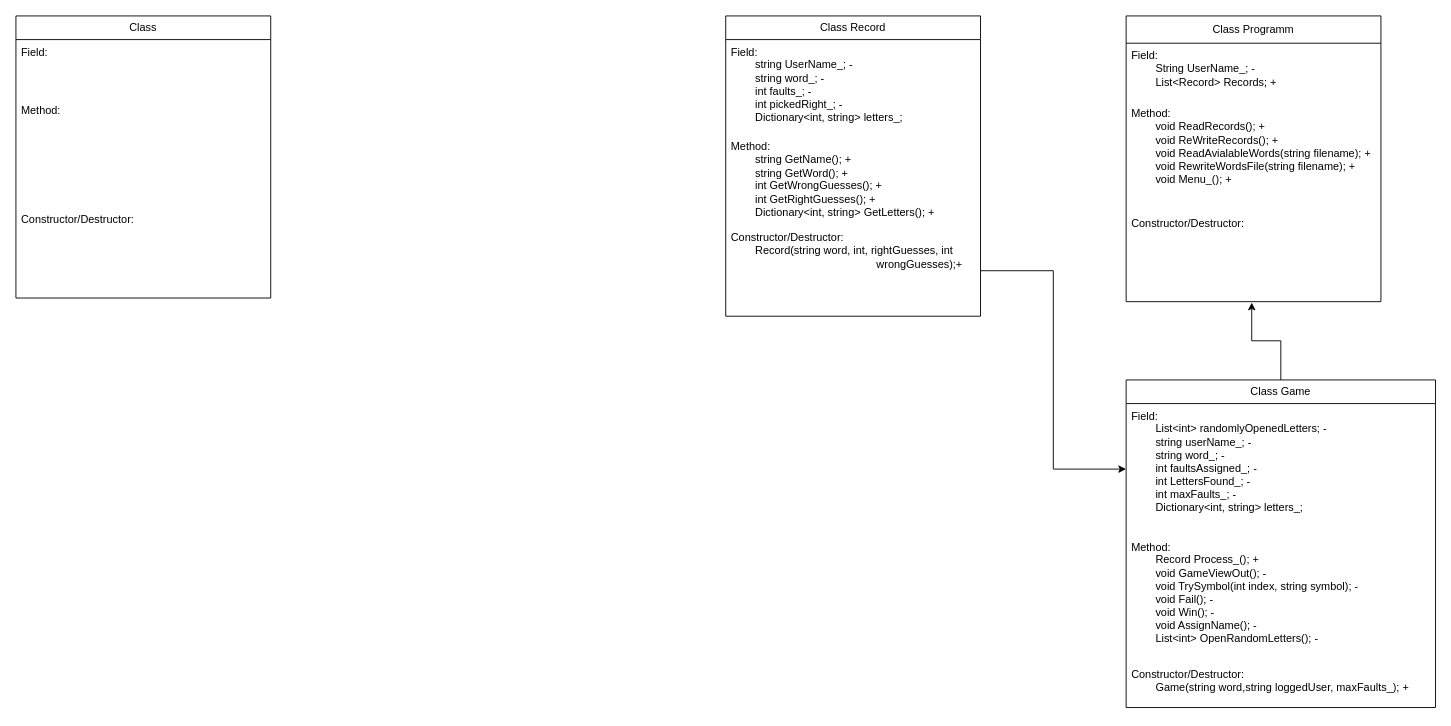
Before: Hanged Man UML.drawio in RiftSquadronFounder/Hanged-Man, a draw.io diagram. Source tidied: cells renumbered, new cells numbered last; positions are measured from the earlier drawing's top-left corner, leaving out a move shared by most shapes. Both pictures are drawn from the tidied source at 91%, with x=0, y=0 at pixel (15, 15).
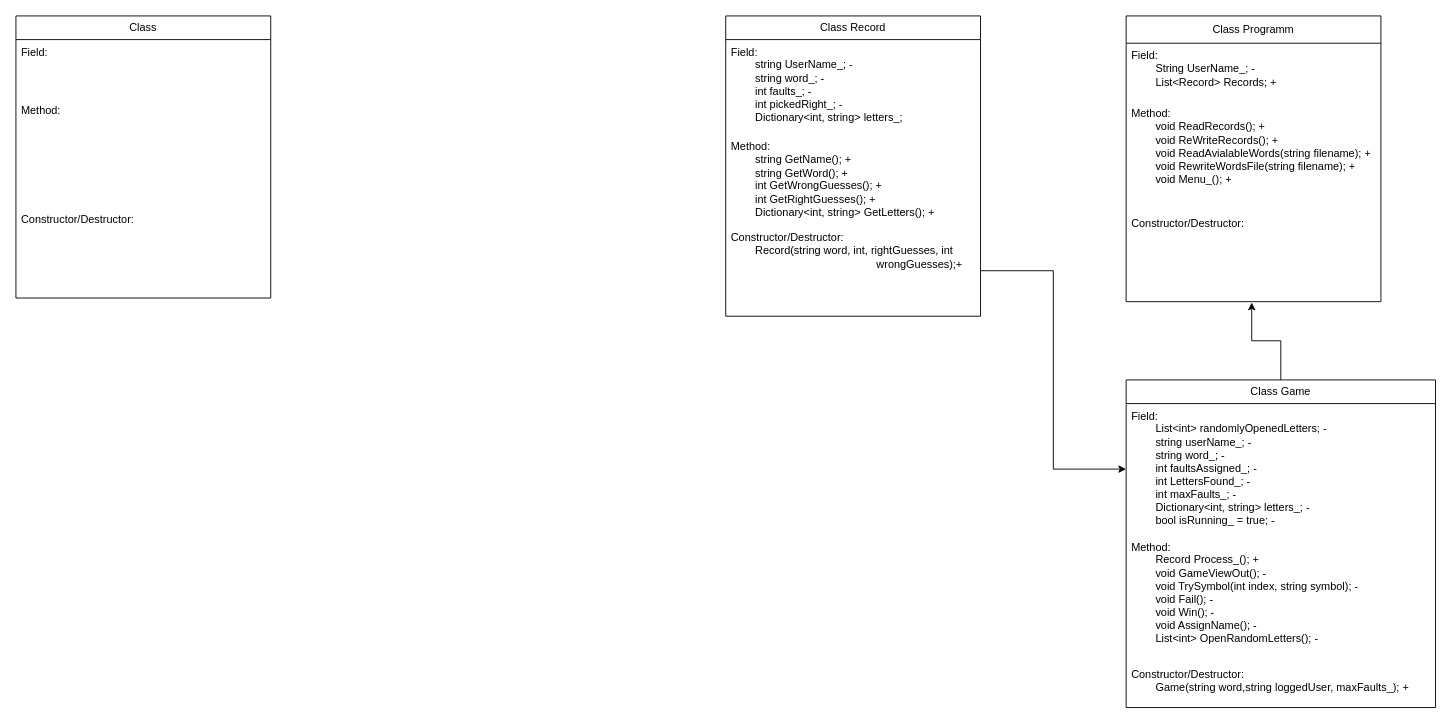
The same diagram, later.

Diff of the diagram source:
```diff
@@
 <mxGraphModel>
   <root>
     <mxCell id="0" />
     <mxCell id="1" parent="0" />
     <mxCell id="2" value="Class" style="swimlane;fontStyle=0;horizontal=1;startSize=26;fillColor=none;whiteSpace=wrap;html=1;" parent="1" vertex="1">
       <mxGeometry width="280" height="310" as="geometry" />
     </mxCell>
     <mxCell id="3" value="Field:&amp;nbsp;" style="text;strokeColor=none;fillColor=none;align=left;verticalAlign=top;spacingLeft=4;spacingRight=4;overflow=hidden;whiteSpace=wrap;html=1;" parent="2" vertex="1">
       <mxGeometry y="26" width="280" height="64" as="geometry" />
     </mxCell>
     <mxCell id="4" value="Method:" style="text;strokeColor=none;fillColor=none;align=left;verticalAlign=top;spacingLeft=4;spacingRight=4;overflow=hidden;whiteSpace=wrap;html=1;" parent="2" vertex="1">
       <mxGeometry y="90" width="280" height="120" as="geometry" />
     </mxCell>
     <mxCell id="5" value="Constructor/Destructor:" style="text;strokeColor=none;fillColor=none;align=left;verticalAlign=top;spacingLeft=4;spacingRight=4;overflow=hidden;whiteSpace=wrap;html=1;" parent="2" vertex="1">
       <mxGeometry y="210" width="280" height="100" as="geometry" />
     </mxCell>
     <mxCell id="6" value="Class Programm" style="swimlane;fontStyle=0;horizontal=1;startSize=30;fillColor=none;whiteSpace=wrap;html=1;" parent="1" vertex="1">
       <mxGeometry x="1220" width="280" height="314" as="geometry" />
     </mxCell>
     <mxCell id="7" value="Field:&amp;nbsp;&lt;div&gt;&lt;span style=&quot;white-space: pre;&quot;&gt;&#9;&lt;/span&gt;String UserName_; -&lt;br&gt;&lt;/div&gt;&lt;div&gt;&lt;span style=&quot;white-space: pre;&quot;&gt;&#9;&lt;/span&gt;List&amp;lt;Record&amp;gt; Records; +&lt;br&gt;&lt;/div&gt;" style="text;strokeColor=none;fillColor=none;align=left;verticalAlign=top;spacingLeft=4;spacingRight=4;overflow=hidden;whiteSpace=wrap;html=1;" parent="6" vertex="1">
       <mxGeometry y="30" width="280" height="64" as="geometry" />
     </mxCell>
     <mxCell id="8" value="Method:&lt;div&gt;&lt;div&gt;&lt;div&gt;&lt;span style=&quot;white-space: pre;&quot;&gt;&#9;&lt;/span&gt;&lt;span style=&quot;background-color: transparent; color: light-dark(rgb(0, 0, 0), rgb(255, 255, 255));&quot;&gt;void ReadRecords(); +&lt;/span&gt;&lt;br&gt;&lt;/div&gt;&lt;div&gt;&lt;span style=&quot;white-space: pre;&quot;&gt;&#9;&lt;/span&gt;void ReWriteRecords(); +&lt;br&gt;&lt;div&gt;&lt;span style=&quot;white-space: pre;&quot;&gt;&#9;&lt;/span&gt;void ReadAvialableWords(string filename); +&lt;br&gt;&lt;/div&gt;&lt;div&gt;&lt;span style=&quot;white-space: pre;&quot;&gt;&#9;&lt;/span&gt;void RewriteWordsFile(string filename); +&lt;/div&gt;&lt;/div&gt;&lt;/div&gt;&lt;div&gt;&lt;span style=&quot;white-space: pre;&quot;&gt;&#9;&lt;/span&gt;void Menu_(); +&lt;br&gt;&lt;/div&gt;&lt;/div&gt;" style="text;strokeColor=none;fillColor=none;align=left;verticalAlign=top;spacingLeft=4;spacingRight=4;overflow=hidden;whiteSpace=wrap;html=1;" parent="6" vertex="1">
       <mxGeometry y="94" width="280" height="120" as="geometry" />
     </mxCell>
     <mxCell id="9" value="Constructor/Destructor:" style="text;strokeColor=none;fillColor=none;align=left;verticalAlign=top;spacingLeft=4;spacingRight=4;overflow=hidden;points=[[0,0.5],[1,0.5]];portConstraint=eastwest;whiteSpace=wrap;html=1;" parent="6" vertex="1">
       <mxGeometry y="214" width="280" height="100" as="geometry" />
     </mxCell>
     <mxCell id="10" value="Class Game" style="swimlane;fontStyle=0;horizontal=1;startSize=26;fillColor=none;whiteSpace=wrap;html=1;" parent="1" vertex="1">
       <mxGeometry x="1220" y="400" width="340" height="360" as="geometry" />
     </mxCell>
-    <mxCell id="11" value="Field:&lt;div&gt;&lt;span style=&quot;white-space: pre;&quot;&gt;&#9;&lt;/span&gt;List&amp;lt;int&amp;gt; randomlyOpenedLetters; -&lt;br&gt;&lt;div&gt;&lt;span style=&quot;white-space: pre;&quot;&gt;&#9;&lt;/span&gt;string userName_; -&amp;nbsp;&lt;div&gt;&lt;span style=&quot;white-space: pre;&quot;&gt;&#9;&lt;/span&gt;string word_; -&lt;br&gt;&lt;/div&gt;&lt;div&gt;&lt;span style=&quot;white-space: pre;&quot;&gt;&#9;&lt;/span&gt;int faultsAssigned_; -&lt;br&gt;&lt;/div&gt;&lt;div&gt;&lt;span style=&quot;white-space: pre;&quot;&gt;&#9;&lt;/span&gt;int LettersFound_; -&lt;br&gt;&lt;/div&gt;&lt;div&gt;&lt;span style=&quot;white-space: pre;&quot;&gt;&#9;&lt;/span&gt;int maxFaults_; -&lt;/div&gt;&lt;/div&gt;&lt;div&gt;&lt;span style=&quot;white-space: pre;&quot;&gt;&#9;&lt;/span&gt;&lt;span style=&quot;background-color: transparent; color: light-dark(rgb(0, 0, 0), rgb(255, 255, 255));&quot;&gt;Dictionary&amp;lt;int, string&amp;gt; letters_;&lt;/span&gt;&lt;br&gt;&lt;/div&gt;&lt;/div&gt;" style="text;strokeColor=none;fillColor=none;align=left;verticalAlign=top;spacingLeft=4;spacingRight=4;overflow=hidden;points=[[0,0.5],[1,0.5]];portConstraint=eastwest;whiteSpace=wrap;html=1;" parent="10" vertex="1">
+    <mxCell id="11" value="Field:&lt;div&gt;&lt;span style=&quot;white-space: pre;&quot;&gt;&#9;&lt;/span&gt;List&amp;lt;int&amp;gt; randomlyOpenedLetters; -&lt;br&gt;&lt;div&gt;&lt;span style=&quot;white-space: pre;&quot;&gt;&#9;&lt;/span&gt;string userName_; -&amp;nbsp;&lt;div&gt;&lt;span style=&quot;white-space: pre;&quot;&gt;&#9;&lt;/span&gt;string word_; -&lt;br&gt;&lt;/div&gt;&lt;div&gt;&lt;span style=&quot;white-space: pre;&quot;&gt;&#9;&lt;/span&gt;int faultsAssigned_; -&lt;br&gt;&lt;/div&gt;&lt;div&gt;&lt;span style=&quot;white-space: pre;&quot;&gt;&#9;&lt;/span&gt;int LettersFound_; -&lt;br&gt;&lt;/div&gt;&lt;div&gt;&lt;span style=&quot;white-space: pre;&quot;&gt;&#9;&lt;/span&gt;int maxFaults_; -&lt;/div&gt;&lt;/div&gt;&lt;div&gt;&lt;span style=&quot;white-space: pre;&quot;&gt;&#9;&lt;/span&gt;&lt;span style=&quot;background-color: transparent; color: light-dark(rgb(0, 0, 0), rgb(255, 255, 255));&quot;&gt;Dictionary&amp;lt;int, string&amp;gt; letters_; -&lt;/span&gt;&lt;br&gt;&lt;/div&gt;&lt;/div&gt;&lt;div&gt;&lt;span style=&quot;background-color: transparent; color: light-dark(rgb(0, 0, 0), rgb(255, 255, 255));&quot;&gt;&lt;span style=&quot;white-space: pre;&quot;&gt;&#9;&lt;/span&gt;bool isRunning_ = true; -&lt;br&gt;&lt;/span&gt;&lt;/div&gt;" style="text;strokeColor=none;fillColor=none;align=left;verticalAlign=top;spacingLeft=4;spacingRight=4;overflow=hidden;points=[[0,0.5],[1,0.5]];portConstraint=eastwest;whiteSpace=wrap;html=1;" parent="10" vertex="1">
       <mxGeometry y="26" width="340" height="144" as="geometry" />
     </mxCell>
     <mxCell id="12" value="Method:&lt;div&gt;&lt;div&gt;&lt;span style=&quot;white-space: pre;&quot;&gt;&#9;&lt;/span&gt;Record Process_(); +&lt;br&gt;&lt;div&gt;&lt;span style=&quot;white-space: pre;&quot;&gt;&#9;&lt;/span&gt;void&amp;nbsp;GameViewOut(); -&lt;br&gt;&lt;/div&gt;&lt;div&gt;&lt;span style=&quot;white-space: pre;&quot;&gt;&#9;&lt;/span&gt;void TrySymbol(int index, string symbol); -&lt;br&gt;&lt;/div&gt;&lt;div&gt;&lt;span style=&quot;white-space: pre;&quot;&gt;&#9;&lt;/span&gt;void Fail(); -&lt;br&gt;&lt;/div&gt;&lt;div&gt;&lt;span style=&quot;white-space: pre;&quot;&gt;&#9;&lt;/span&gt;void Win(); -&lt;/div&gt;&lt;div&gt;&lt;span style=&quot;white-space: pre;&quot;&gt;&#9;&lt;/span&gt;void AssignName(); -&lt;br&gt;&lt;/div&gt;&lt;/div&gt;&lt;div&gt;&lt;span style=&quot;white-space: pre;&quot;&gt;&#9;&lt;/span&gt;List&amp;lt;int&amp;gt; OpenRandomLetters(); -&lt;br&gt;&lt;/div&gt;&lt;/div&gt;" style="text;strokeColor=none;fillColor=none;align=left;verticalAlign=top;spacingLeft=4;spacingRight=4;overflow=hidden;whiteSpace=wrap;html=1;" parent="10" vertex="1">
       <mxGeometry y="170" width="340" height="140" as="geometry" />
     </mxCell>
     <mxCell id="13" value="Constructor/Destructor:&lt;div&gt;&lt;span style=&quot;white-space: pre;&quot;&gt;&#9;&lt;/span&gt;Game(string word,string loggedUser, maxFaults_); +&lt;br&gt;&lt;/div&gt;" style="text;strokeColor=none;fillColor=none;align=left;verticalAlign=top;spacingLeft=4;spacingRight=4;overflow=hidden;whiteSpace=wrap;html=1;" parent="10" vertex="1">
       <mxGeometry y="310" width="340" height="50" as="geometry" />
     </mxCell>
     <mxCell id="14" style="edgeStyle=orthogonalEdgeStyle;rounded=0;jettySize=auto;html=1;entryX=0.493;entryY=1.01;entryDx=0;entryDy=0;entryPerimeter=0;" parent="1" edge="1" source="10" target="9">
       <mxGeometry relative="1" as="geometry" />
     </mxCell>
     <mxCell id="15" value="Class Record" style="swimlane;fontStyle=0;horizontal=1;startSize=26;fillColor=none;whiteSpace=wrap;html=1;" parent="1" vertex="1">
       <mxGeometry x="780" width="280" height="330" as="geometry" />
     </mxCell>
     <mxCell id="16" value="Field:&amp;nbsp;&lt;div&gt;&lt;span style=&quot;white-space: pre;&quot;&gt;&#9;&lt;/span&gt;string UserName_; -&lt;br&gt;&lt;div&gt;&lt;span style=&quot;white-space: pre;&quot;&gt;&#9;&lt;/span&gt;string word_; -&lt;br&gt;&lt;/div&gt;&lt;div&gt;&lt;span style=&quot;white-space: pre;&quot;&gt;&#9;&lt;/span&gt;int faults_; -&lt;br&gt;&lt;/div&gt;&lt;div&gt;&lt;span style=&quot;white-space: pre;&quot;&gt;&#9;&lt;/span&gt;int pickedRight_; -&lt;br&gt;&lt;/div&gt;&lt;/div&gt;&lt;div&gt;&lt;span style=&quot;white-space: pre;&quot;&gt;&#9;&lt;/span&gt;Dictionary&amp;lt;int, string&amp;gt; letters_;&lt;br&gt;&lt;/div&gt;" style="text;strokeColor=none;fillColor=none;align=left;verticalAlign=top;spacingLeft=4;spacingRight=4;overflow=hidden;whiteSpace=wrap;html=1;" parent="15" vertex="1">
       <mxGeometry y="26" width="280" height="104" as="geometry" />
     </mxCell>
     <mxCell id="17" value="Method:&lt;div&gt;&lt;span style=&quot;white-space: pre;&quot;&gt;&#9;&lt;/span&gt;string GetName(); +&lt;br&gt;&lt;div&gt;&lt;span style=&quot;white-space: pre;&quot;&gt;&#9;&lt;/span&gt;string GetWord(); +&lt;br&gt;&lt;/div&gt;&lt;div&gt;&lt;span style=&quot;white-space: pre;&quot;&gt;&#9;&lt;/span&gt;int GetWrongGuesses(); +&lt;br&gt;&lt;/div&gt;&lt;div&gt;&lt;span style=&quot;white-space: pre;&quot;&gt;&#9;&lt;/span&gt;int GetRightGuesses(); +&lt;br&gt;&lt;/div&gt;&lt;/div&gt;&lt;div&gt;&lt;span style=&quot;white-space: pre;&quot;&gt;&#9;&lt;/span&gt;Dictionary&amp;lt;int, string&amp;gt; GetLetters(); +&lt;br&gt;&lt;/div&gt;" style="text;strokeColor=none;fillColor=none;align=left;verticalAlign=top;spacingLeft=4;spacingRight=4;overflow=hidden;whiteSpace=wrap;html=1;" parent="15" vertex="1">
       <mxGeometry y="130" width="280" height="100" as="geometry" />
     </mxCell>
     <mxCell id="18" value="Constructor/Destructor:&lt;div&gt;&lt;span style=&quot;white-space: pre;&quot;&gt;&#9;&lt;/span&gt;Record(string word, int, rightGuesses, int &lt;span style=&quot;white-space: pre;&quot;&gt;&#9;&lt;/span&gt;&lt;span style=&quot;white-space: pre;&quot;&gt;&#9;&lt;/span&gt;&lt;span style=&quot;white-space: pre;&quot;&gt;&#9;&lt;/span&gt;&lt;span style=&quot;white-space: pre;&quot;&gt;&#9;&lt;/span&gt;&lt;span style=&quot;white-space: pre;&quot;&gt;&#9;&lt;/span&gt;&lt;span style=&quot;white-space: pre;&quot;&gt;&#9;&lt;/span&gt;wrongGuesses);+&lt;br&gt;&lt;/div&gt;" style="text;strokeColor=none;fillColor=none;align=left;verticalAlign=top;spacingLeft=4;spacingRight=4;overflow=hidden;points=[[0,0.5],[1,0.5]];portConstraint=eastwest;whiteSpace=wrap;html=1;" parent="15" vertex="1">
       <mxGeometry y="230" width="280" height="100" as="geometry" />
     </mxCell>
     <mxCell id="19" style="edgeStyle=orthogonalEdgeStyle;rounded=0;jettySize=auto;html=1;entryX=0;entryY=0.5;entryDx=0;entryDy=0;" parent="1" edge="1" source="18" target="11">
       <mxGeometry relative="1" as="geometry" />
     </mxCell>
   </root>
 </mxGraphModel>
```
